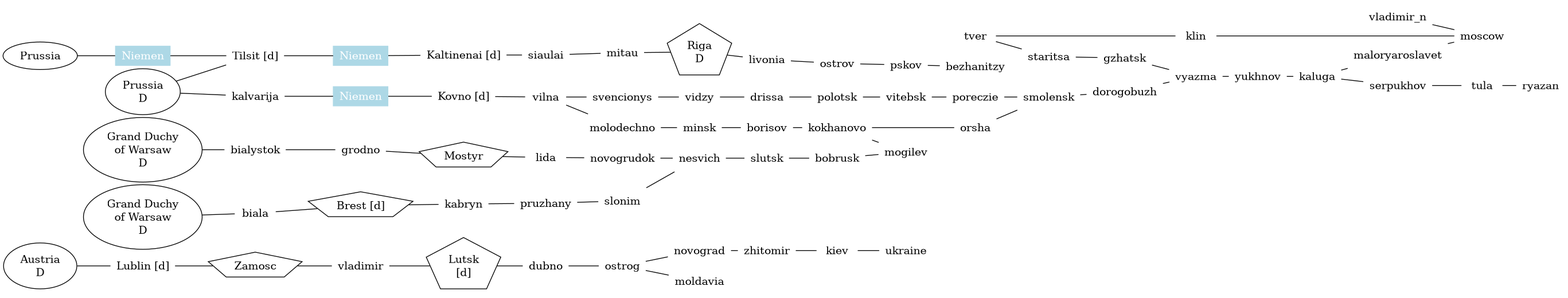
Earlier version of the Graphviz export map.png (jmettraux/dot1812). Its source is kept beside it as map.dot.
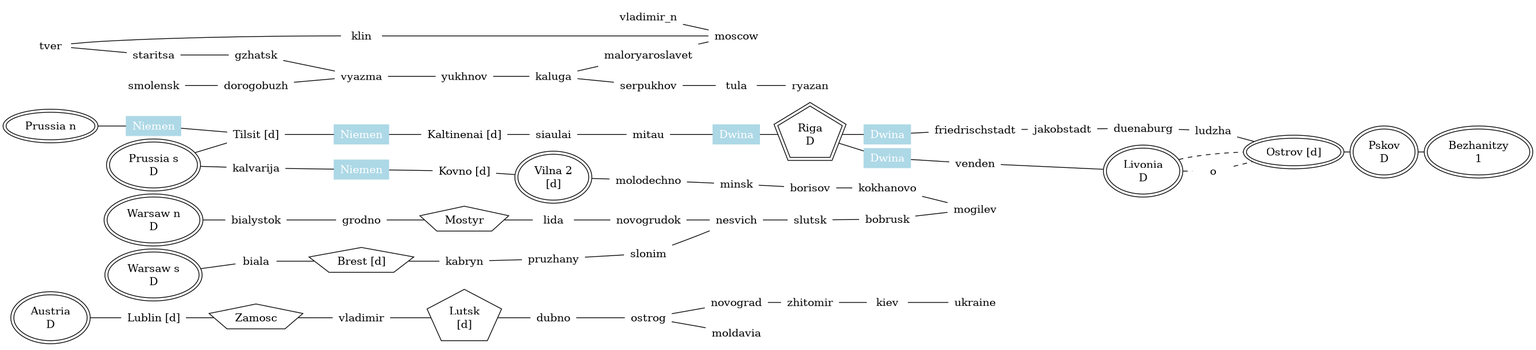
The same diagram one commit later.

Commit message:
Explore tracks

Change to the diagram source:
```diff
@@ -15,6 +15,13 @@
     -- slutsk -- bobrusk;
   warsaw_s -- biala -- brest -- kabryn -- pruzhany -- slonim -- nesvich;
 
+  subgraph dwina_bridges {
+    node [
+      label="Dwina", shape=box, width=.8, height=.2,
+      color=lightblue, fillcolor=lightblue, fontcolor=white, style=filled];
+    d0; d1; d3;
+  }
+
   subgraph niemen_bridges {
     node [
       label="Niemen", shape=box, width=.8, height=.2,
@@ -28,30 +35,43 @@
   tver -- klin -- moscow;
   tver -- staritsa -- gzhatsk -- vyazma;
   kaluga -- serpukhov -- tula -- ryazan;
-  vilna -- svencionys -- vidzy -- drissa -- polotsk -- vitebsk -- poreczie
-    -- smolensk;
   smolensk -- dorogobuzh -- vyazma -- yukhnov -- kaluga -- maloryaroslavet
     -- moscow;
   prussia_s -- kalvarija -- n2 -- kovno -- vilna -- molodechno -- minsk
     -- borisov -- kokhanovo -- mogilev;
-  kokhanovo -- orsha -- smolensk;
-  riga -- livonia -- ostrov -- pskov -- bezhanitzy;
-  mitau -- riga;
+
+  riga -- d1 -- friedrischstadt -- jakobstadt -- duenaburg -- ludzha -- ostrov;
+  riga -- d0 -- venden -- livonia;
+  mitau -- d3 -- riga;
+
+
+  ostrov -- pskov -- bezhanitzy;
   bobrusk -- mogilev;
 
+  subgraph tracks {
+    edge [style=dashed];
+    livonia -- ostrov;
+    livonia -- livonia_e -- ostrov;
+  }
 
-  riga [label="Riga\nD", shape=pentagon];
+  riga [label="Riga\nD", shape=pentagon, peripheries=2];
   kaltinenai [label="Kaltinenai [d]"];
-  prussia_n [label="Prussia", shape=oval];
-  prussia_s [label="Prussia\nD", shape=oval];
+  prussia_n [label="Prussia n", shape=oval, peripheries=2];
+  prussia_s [label="Prussia s\nD", shape=oval, peripheries=2];
   tilsit [label="Tilsit [d]"];
-  warsaw_n [label="Grand Duchy\nof Warsaw\nD", shape=oval];
-  warsaw_s [label="Grand Duchy\nof Warsaw\nD", shape=oval];
+  warsaw_n [label="Warsaw n\nD", shape=oval, peripheries=2];
+  warsaw_s [label="Warsaw s\nD", shape=oval, peripheries=2];
   brest [label="Brest [d]", shape=pentagon];
   kovno [label="Kovno [d]"];
   lublin [label="Lublin [d]"];
-  austria [label="Austria\nD", shape=oval];
+  austria [label="Austria\nD", shape=oval, peripheries=2];
   mostyr [label="Mostyr", shape=pentagon];
   zamosc [label="Zamosc", shape=pentagon];
   lutsk [label="Lutsk\n[d]", shape=pentagon];
+  livonia [label="Livonia\nD", shape=oval, peripheries=2];
+  ostrov [label="Ostrov [d]", shape=oval, peripheries=2];
+  pskov [label="Pskov\nD", shape=oval, peripheries=2];
+  bezhanitzy [label="Bezhanitzy\n1", shape=oval, peripheries=2];
+  livonia_e [label="o"];
+  vilna [label="Vilna 2\n[d]", shape=oval, peripheries=2];
 }
```
